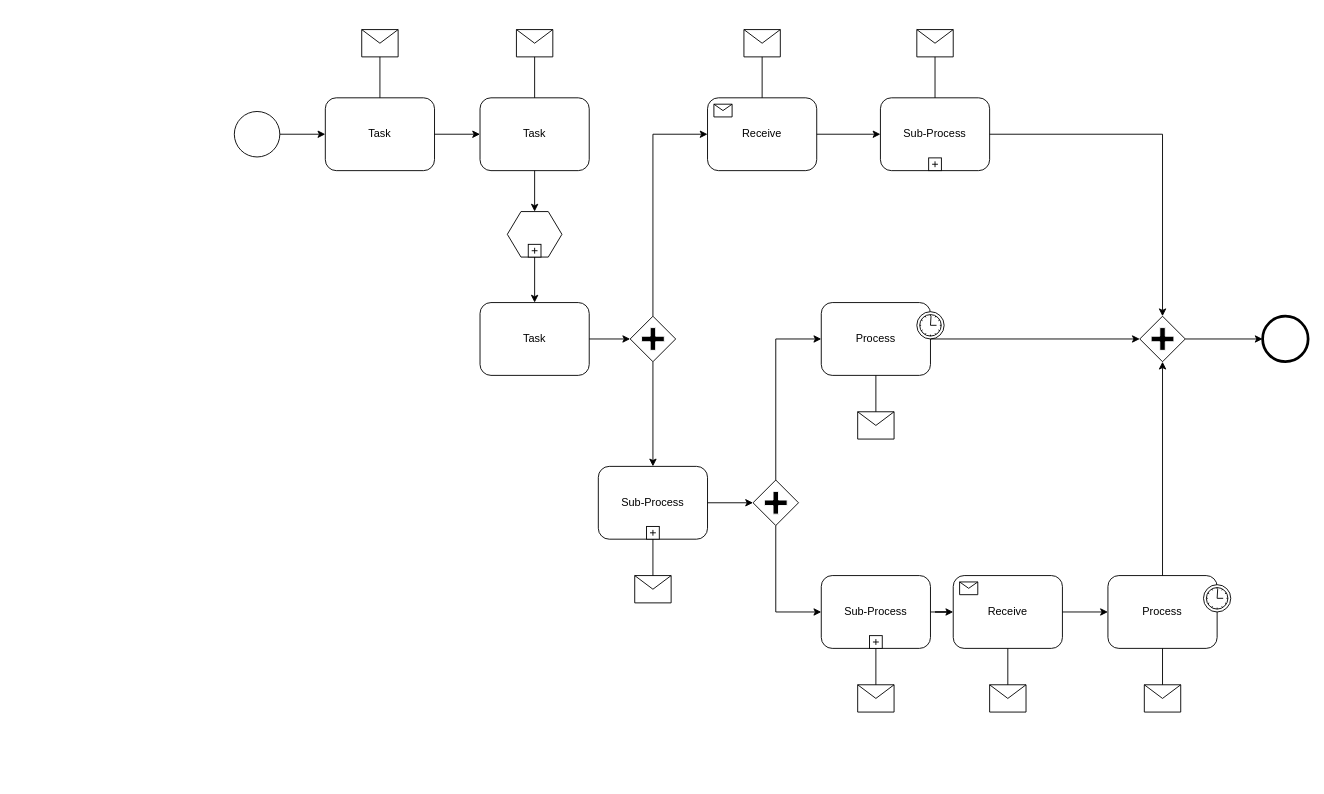
Ravil888/for-images keeps this draw.io diagram as Задание_2_4.drawio. Above is the earlier version. Source tidied: cells renumbered, new cells numbered last; positions are measured from the earlier drawing's top-left corner, leaving out a move shared by most shapes. Both pictures are drawn from the tidied source at 91%, with x=0, y=0 at pixel (234, 29).
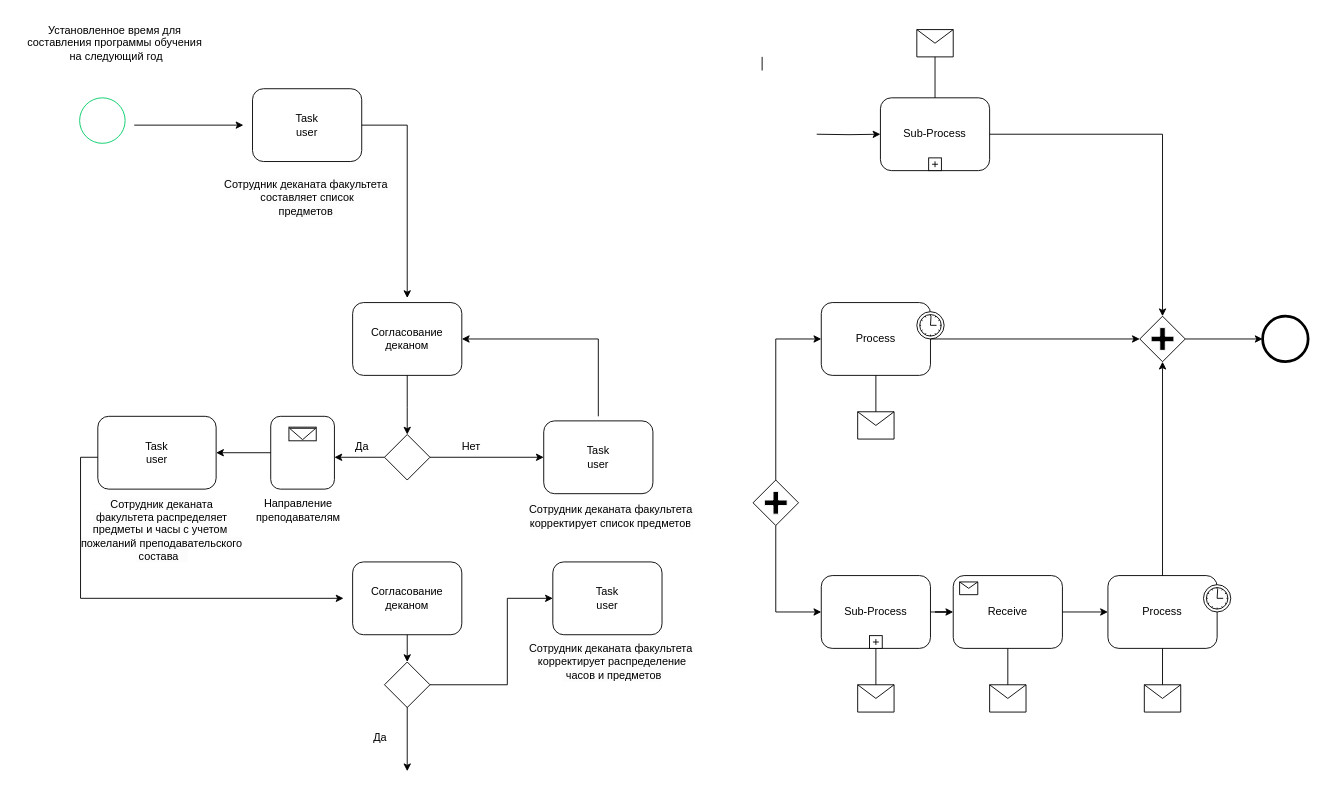
After the change.

Unchanged cells that the change refers to:
```xml
<mxCell id="11" value="Sub-Process" style="html=1;whiteSpace=wrap;rounded=1;" parent="1" vertex="1">
  <mxGeometry x="710" y="75" width="120" height="80" as="geometry" />
</mxCell>
<mxCell id="51" style="shape=mxgraph.bpmn.shape;html=1;verticalLabelPosition=bottom;labelBackgroundColor=#ffffff;verticalAlign=top;perimeter=rhombusPerimeter;background=gateway;outline=none;symbol=parallelGw;" parent="1" vertex="1">
  <mxGeometry x="570" y="495" width="50" height="50" as="geometry" />
</mxCell>
```

Diff of the diagram source:
```diff
@@
-    <mxCell id="2" style="shape=mxgraph.bpmn.shape;html=1;verticalLabelPosition=bottom;labelBackgroundColor=#ffffff;verticalAlign=top;perimeter=ellipsePerimeter;outline=standard;symbol=general;" parent="1" vertex="1">
-      <mxGeometry y="90" width="50" height="50" as="geometry" />
+    <mxCell id="2" style="shape=mxgraph.bpmn.shape;html=1;verticalLabelPosition=bottom;labelBackgroundColor=#ffffff;verticalAlign=top;perimeter=ellipsePerimeter;outline=standard;symbol=general;strokeColor=#00CC66;" parent="1" vertex="1">
+      <mxGeometry x="-170" y="75" width="50" height="50" as="geometry" />
     </mxCell>
-    <mxCell id="3" value="Task" style="shape=ext;rounded=1;html=1;whiteSpace=wrap;" parent="1" vertex="1">
-      <mxGeometry x="100" y="75" width="120" height="80" as="geometry" />
+    <mxCell id="3" value="&amp;nbsp;Task&amp;nbsp;&lt;div&gt;user&lt;/div&gt;" style="shape=ext;rounded=1;html=1;whiteSpace=wrap;" parent="1" vertex="1">
+      <mxGeometry x="20" y="65" width="120" height="80" as="geometry" />
     </mxCell>
-    <mxCell id="4" value="Task" style="shape=ext;rounded=1;html=1;whiteSpace=wrap;" parent="1" vertex="1">
-      <mxGeometry x="270" y="75" width="120" height="80" as="geometry" />
-    </mxCell>
-    <mxCell id="5" style="shape=message;whiteSpace=wrap;html=1;" parent="1" vertex="1">
-      <mxGeometry x="140" width="40" height="30" as="geometry" />
-    </mxCell>
-    <mxCell id="6" style="shape=message;whiteSpace=wrap;html=1;" parent="1" vertex="1">
-      <mxGeometry x="310" width="40" height="30" as="geometry" />
-    </mxCell>
-    <mxCell id="7" style="shape=hexagon;whiteSpace=wrap;html=1;perimeter=hexagonPerimeter;" parent="1" vertex="1">
-      <mxGeometry x="300" y="200" width="60" height="50" as="geometry" />
-    </mxCell>
-    <mxCell id="8" style="html=1;shape=plus;" parent="7" vertex="1">
-      <mxGeometry x="0.5" y="1" width="14" height="14" relative="1" as="geometry">
-        <mxPoint x="-7" y="-14" as="offset" />
-      </mxGeometry>
-    </mxCell>
-    <mxCell id="9" value="Task" style="shape=ext;rounded=1;html=1;whiteSpace=wrap;" parent="1" vertex="1">
-      <mxGeometry x="270" y="300" width="120" height="80" as="geometry" />
-    </mxCell>
-    <mxCell id="10" style="shape=mxgraph.bpmn.shape;html=1;verticalLabelPosition=bottom;labelBackgroundColor=#ffffff;verticalAlign=top;perimeter=rhombusPerimeter;background=gateway;outline=none;symbol=parallelGw;" parent="1" vertex="1">
-      <mxGeometry x="435" y="315" width="50" height="50" as="geometry" />
-    </mxCell>
@@
-    <mxCell id="13" value="Receive" style="html=1;whiteSpace=wrap;rounded=1;" parent="1" vertex="1">
-      <mxGeometry x="520" y="75" width="120" height="80" as="geometry" />
-    </mxCell>
-    <mxCell id="14" style="html=1;shape=message;" parent="13" vertex="1">
-      <mxGeometry width="20" height="14" relative="1" as="geometry">
-        <mxPoint x="7" y="7" as="offset" />
-      </mxGeometry>
-    </mxCell>
@@
-    <mxCell id="25" style="shape=message;whiteSpace=wrap;html=1;" parent="1" vertex="1">
-      <mxGeometry x="560" width="40" height="30" as="geometry" />
-    </mxCell>
@@
-    <mxCell id="27" value="Sub-Process" style="html=1;whiteSpace=wrap;rounded=1;" parent="1" vertex="1">
-      <mxGeometry x="400" y="480" width="120" height="80" as="geometry" />
-    </mxCell>
-    <mxCell id="28" style="html=1;shape=plus;" parent="27" vertex="1">
-      <mxGeometry x="0.5" y="1" width="14" height="14" relative="1" as="geometry">
-        <mxPoint x="-7" y="-14" as="offset" />
-      </mxGeometry>
-    </mxCell>
-    <mxCell id="29" style="shape=message;whiteSpace=wrap;html=1;" parent="1" vertex="1">
-      <mxGeometry x="440" y="600" width="40" height="30" as="geometry" />
-    </mxCell>
@@
-    <mxCell id="34" style="edgeStyle=orthogonalEdgeStyle;rounded=0;html=1;jettySize=auto;" parent="1" edge="1" source="2" target="3">
-      <mxGeometry relative="1" as="geometry" />
+    <mxCell id="34" style="edgeStyle=orthogonalEdgeStyle;rounded=0;html=1;jettySize=auto;orthogonalLoop=1;" parent="1" edge="1">
+      <mxGeometry relative="1" as="geometry">
+        <mxPoint x="-110" y="105" as="sourcePoint" />
+        <mxPoint x="10" y="105" as="targetPoint" />
+      </mxGeometry>
     </mxCell>
-    <mxCell id="35" style="edgeStyle=orthogonalEdgeStyle;rounded=0;html=1;jettySize=auto;endArrow=none;endFill=0;" parent="1" edge="1" source="5" target="3">
-      <mxGeometry relative="1" as="geometry" />
-    </mxCell>
-    <mxCell id="36" style="edgeStyle=orthogonalEdgeStyle;rounded=0;html=1;jettySize=auto;endArrow=none;endFill=0;" parent="1" edge="1" source="6" target="4">
-      <mxGeometry relative="1" as="geometry" />
-    </mxCell>
-    <mxCell id="37" style="edgeStyle=orthogonalEdgeStyle;rounded=0;html=1;jettySize=auto;" parent="1" edge="1" source="3" target="4">
-      <mxGeometry relative="1" as="geometry" />
-    </mxCell>
-    <mxCell id="38" style="edgeStyle=orthogonalEdgeStyle;rounded=0;html=1;jettySize=auto;" parent="1" edge="1" source="13" target="11">
-      <mxGeometry relative="1" as="geometry" />
+    <mxCell id="38" style="edgeStyle=orthogonalEdgeStyle;rounded=0;html=1;jettySize=auto;" parent="1" edge="1" target="11">
+      <mxGeometry relative="1" as="geometry">
+        <mxPoint x="640" y="115" as="sourcePoint" />
+      </mxGeometry>
     </mxCell>
-    <mxCell id="39" style="edgeStyle=orthogonalEdgeStyle;rounded=0;html=1;jettySize=auto;endArrow=none;endFill=0;" parent="1" edge="1" source="25" target="13">
-      <mxGeometry relative="1" as="geometry" />
+    <mxCell id="39" style="edgeStyle=orthogonalEdgeStyle;rounded=0;html=1;jettySize=auto;orthogonalLoop=1;endArrow=none;endFill=0;" parent="1" edge="1">
+      <mxGeometry relative="1" as="geometry">
+        <mxPoint x="580" y="30" as="sourcePoint" />
+        <mxPoint x="580" y="45" as="targetPoint" />
+      </mxGeometry>
     </mxCell>
@@
-    <mxCell id="45" style="edgeStyle=orthogonalEdgeStyle;rounded=0;html=1;jettySize=auto;" parent="1" edge="1" source="4" target="7">
-      <mxGeometry relative="1" as="geometry" />
-    </mxCell>
-    <mxCell id="46" style="edgeStyle=orthogonalEdgeStyle;rounded=0;html=1;jettySize=auto;" parent="1" edge="1" source="7" target="9">
-      <mxGeometry relative="1" as="geometry" />
-    </mxCell>
-    <mxCell id="47" style="edgeStyle=orthogonalEdgeStyle;rounded=0;html=1;jettySize=auto;" parent="1" edge="1" source="9" target="10">
-      <mxGeometry relative="1" as="geometry" />
-    </mxCell>
-    <mxCell id="48" style="edgeStyle=orthogonalEdgeStyle;rounded=0;html=1;jettySize=auto;" parent="1" edge="1" source="10" target="13">
-      <mxGeometry relative="1" as="geometry">
-        <Array as="points">
-          <mxPoint x="460" y="115" />
-        </Array>
-      </mxGeometry>
-    </mxCell>
-    <mxCell id="49" style="edgeStyle=orthogonalEdgeStyle;rounded=0;html=1;jettySize=auto;" parent="1" edge="1" source="10" target="27">
-      <mxGeometry relative="1" as="geometry" />
-    </mxCell>
-    <mxCell id="50" style="edgeStyle=orthogonalEdgeStyle;rounded=0;html=1;jettySize=auto;endArrow=none;endFill=0;" parent="1" edge="1" source="29" target="27">
-      <mxGeometry relative="1" as="geometry" />
-    </mxCell>
@@
-    <mxCell id="55" style="edgeStyle=orthogonalEdgeStyle;rounded=0;html=1;jettySize=auto;" parent="1" edge="1" source="27" target="51">
-      <mxGeometry relative="1" as="geometry" />
-    </mxCell>
@@
+    <mxCell id="61" value="Установленное время для&amp;nbsp;&lt;div&gt;составления программы обучения&amp;nbsp;&lt;/div&gt;&lt;div&gt;на следующий год&lt;/div&gt;" style="text;html=1;align=center;verticalAlign=middle;strokeColor=none;fillColor=none;" parent="1" vertex="1">
+      <mxGeometry x="-240" y="-15" width="220" height="60" as="geometry" />
+    </mxCell>
+    <mxCell id="62" value="&lt;span style=&quot;line-height: 107%; background: rgb(252, 252, 252);&quot;&gt;&lt;font face=&quot;Helvetica&quot; style=&quot;font-size: 12px;&quot;&gt;Сотрудник деканата факультета&lt;/font&gt;&lt;font face=&quot;Times New Roman&quot; style=&quot;font-size: 12px;&quot;&gt;&amp;nbsp;&lt;/font&gt;&lt;/span&gt;&lt;div&gt;&lt;span style=&quot;line-height: 107%; background: rgb(252, 252, 252);&quot;&gt;&lt;font style=&quot;&quot;&gt;&lt;font face=&quot;Helvetica&quot; style=&quot;font-size: 12px;&quot;&gt;составляет список&lt;/font&gt;&lt;br&gt;&lt;font style=&quot;font-size: 12px;&quot; face=&quot;Helvetica&quot;&gt;предметов&amp;nbsp;&lt;/font&gt;&lt;/font&gt;&lt;/span&gt;&lt;/div&gt;" style="text;html=1;align=center;verticalAlign=middle;strokeColor=none;fillColor=none;" parent="1" vertex="1">
+      <mxGeometry x="-25" y="155" width="210" height="60" as="geometry" />
+    </mxCell>
+    <mxCell id="63" style="edgeStyle=orthogonalEdgeStyle;rounded=0;html=1;jettySize=auto;exitX=1;exitY=0.5;exitDx=0;exitDy=0;" parent="1" edge="1" source="3">
+      <mxGeometry relative="1" as="geometry">
+        <mxPoint x="190" y="295" as="targetPoint" />
+        <Array as="points">
+          <mxPoint x="190" y="105" />
+        </Array>
+      </mxGeometry>
+    </mxCell>
+    <mxCell id="64" value="Согласование деканом" style="shape=ext;rounded=1;html=1;whiteSpace=wrap;" parent="1" vertex="1">
+      <mxGeometry x="130" y="300" width="120" height="80" as="geometry" />
+    </mxCell>
+    <mxCell id="65" style="edgeStyle=orthogonalEdgeStyle;rounded=0;html=1;jettySize=auto;exitX=0.5;exitY=1;exitDx=0;exitDy=0;" parent="1" edge="1" source="64" target="66">
+      <mxGeometry relative="1" as="geometry">
+        <Array as="points">
+          <mxPoint x="190" y="415" />
+          <mxPoint x="190" y="415" />
+        </Array>
+      </mxGeometry>
+    </mxCell>
+    <mxCell id="66" style="rhombus;whiteSpace=wrap;html=1;" parent="1" vertex="1">
+      <mxGeometry x="165" y="445" width="50" height="50" as="geometry" />
+    </mxCell>
+    <mxCell id="67" value="Да" style="text;html=1;align=center;verticalAlign=middle;strokeColor=none;fillColor=none;" parent="1" vertex="1">
+      <mxGeometry x="120" y="443" width="40" height="30" as="geometry" />
+    </mxCell>
+    <mxCell id="68" style="edgeStyle=orthogonalEdgeStyle;rounded=0;html=1;jettySize=auto;exitX=1;exitY=0.5;exitDx=0;exitDy=0;entryX=0;entryY=0.5;entryDx=0;entryDy=0;" parent="1" edge="1" source="66" target="69">
+      <mxGeometry relative="1" as="geometry" />
+    </mxCell>
+    <mxCell id="69" value="&amp;nbsp;Task&amp;nbsp;&lt;div&gt;user&lt;/div&gt;" style="shape=ext;rounded=1;html=1;whiteSpace=wrap;" parent="1" vertex="1">
+      <mxGeometry x="340" y="430" width="120" height="80" as="geometry" />
+    </mxCell>
+    <mxCell id="70" value="&lt;span style=&quot;line-height: 107%; background: rgb(252, 252, 252);&quot;&gt;&lt;font face=&quot;Helvetica&quot; style=&quot;font-size: 12px;&quot;&gt;Сотрудник деканата факультета&lt;/font&gt;&lt;font face=&quot;Times New Roman&quot; style=&quot;font-size: 12px;&quot;&gt;&amp;nbsp;&lt;/font&gt;&lt;/span&gt;&lt;div&gt;&lt;span style=&quot;background-color: rgb(252, 252, 252);&quot;&gt;корректирует список предметов&lt;/span&gt;&lt;span style=&quot;font-family: Arial, sans-serif; background-color: rgb(252, 252, 252);&quot;&gt;&amp;nbsp;&lt;/span&gt;&lt;br&gt;&lt;/div&gt;" style="text;html=1;align=center;verticalAlign=middle;strokeColor=none;fillColor=none;" parent="1" vertex="1">
+      <mxGeometry x="310" y="515" width="210" height="40" as="geometry" />
+    </mxCell>
+    <mxCell id="71" style="edgeStyle=orthogonalEdgeStyle;rounded=0;html=1;jettySize=auto;entryX=1;entryY=0.5;entryDx=0;entryDy=0;" parent="1" edge="1" target="64">
+      <mxGeometry relative="1" as="geometry">
+        <mxPoint x="400" y="425" as="sourcePoint" />
+        <Array as="points">
+          <mxPoint x="400" y="340" />
+        </Array>
+      </mxGeometry>
+    </mxCell>
+    <mxCell id="72" style="edgeStyle=orthogonalEdgeStyle;rounded=0;html=1;jettySize=auto;exitX=0;exitY=0.5;exitDx=0;exitDy=0;" parent="1" edge="1" source="66">
+      <mxGeometry relative="1" as="geometry">
+        <mxPoint x="110" y="470" as="targetPoint" />
+      </mxGeometry>
+    </mxCell>
+    <mxCell id="73" value="&amp;nbsp;Task&amp;nbsp;&lt;div&gt;user&lt;/div&gt;" style="shape=ext;rounded=1;html=1;whiteSpace=wrap;" parent="1" vertex="1">
+      <mxGeometry x="-150" y="425" width="130" height="80" as="geometry" />
+    </mxCell>
+    <mxCell id="74" value="&lt;span style=&quot;line-height: 107%; background: rgb(252, 252, 252);&quot;&gt;&lt;font face=&quot;Helvetica&quot; style=&quot;font-size: 12px;&quot;&gt;Сотрудник деканата&lt;/font&gt;&lt;/span&gt;&lt;div&gt;&lt;span style=&quot;line-height: 107%; background: rgb(252, 252, 252);&quot;&gt;&lt;font face=&quot;Helvetica&quot; style=&quot;font-size: 12px;&quot;&gt;&amp;nbsp;факультета&lt;/font&gt;&lt;font face=&quot;Times New Roman&quot; style=&quot;font-size: 12px;&quot;&gt;&amp;nbsp;&lt;/font&gt;&lt;/span&gt;&lt;span style=&quot;background-color: rgb(252, 252, 252);&quot;&gt;распределяет&amp;nbsp;&lt;/span&gt;&lt;/div&gt;&lt;div&gt;&lt;span style=&quot;background-color: rgb(252, 252, 252);&quot;&gt;предметы и часы с учетом&amp;nbsp;&lt;/span&gt;&lt;div&gt;&lt;span style=&quot;background-color: rgb(252, 252, 252);&quot;&gt;пожеланий&amp;nbsp;&lt;/span&gt;&lt;span style=&quot;background-color: rgb(252, 252, 252); font-family: Arial, sans-serif;&quot;&gt;преподавательского&lt;/span&gt;&lt;/div&gt;&lt;div&gt;&lt;span style=&quot;background-color: rgb(252, 252, 252); font-family: Arial, sans-serif;&quot;&gt;&amp;nbsp;состава&amp;nbsp; &amp;nbsp;&lt;/span&gt;&lt;/div&gt;&lt;/div&gt;" style="text;html=1;align=center;verticalAlign=middle;strokeColor=none;fillColor=none;" parent="1" vertex="1">
+      <mxGeometry x="-180" y="505" width="200" height="90" as="geometry" />
+    </mxCell>
+    <mxCell id="75" value="Нет" style="text;html=1;align=center;verticalAlign=middle;strokeColor=none;fillColor=none;" parent="1" vertex="1">
+      <mxGeometry x="240" y="443" width="40" height="30" as="geometry" />
+    </mxCell>
+    <mxCell id="76" style="edgeStyle=orthogonalEdgeStyle;rounded=0;html=1;jettySize=auto;orthogonalLoop=1;" parent="1" edge="1">
+      <mxGeometry relative="1" as="geometry">
+        <mxPoint x="-150" y="470" as="sourcePoint" />
+        <mxPoint x="120" y="625" as="targetPoint" />
+        <Array as="points">
+          <mxPoint x="-169" y="470" />
+        </Array>
+      </mxGeometry>
+    </mxCell>
+    <mxCell id="77" value="Согласование деканом" style="shape=ext;rounded=1;html=1;whiteSpace=wrap;" parent="1" vertex="1">
+      <mxGeometry x="130" y="585" width="120" height="80" as="geometry" />
+    </mxCell>
+    <mxCell id="78" style="endArrow=classic;html=1;rounded=0;exitX=0.5;exitY=1;exitDx=0;exitDy=0;" parent="1" edge="1" source="80">
+      <mxGeometry relative="1" as="geometry">
+        <mxPoint x="190" y="705" as="targetPoint" />
+      </mxGeometry>
+    </mxCell>
+    <mxCell id="79" style="endArrow=classic;html=1;rounded=0;exitX=0.5;exitY=1;exitDx=0;exitDy=0;" parent="1" edge="1" source="77" target="80">
+      <mxGeometry relative="1" as="geometry" />
+    </mxCell>
+    <mxCell id="80" style="rhombus;whiteSpace=wrap;html=1;" parent="1" vertex="1">
+      <mxGeometry x="165" y="695" width="50" height="50" as="geometry" />
+    </mxCell>
+    <mxCell id="81" style="endArrow=classic;html=1;rounded=0;exitX=0.5;exitY=1;exitDx=0;exitDy=0;" parent="1" edge="1" source="80">
+      <mxGeometry relative="1" as="geometry">
+        <mxPoint x="190" y="815" as="targetPoint" />
+      </mxGeometry>
+    </mxCell>
+    <mxCell id="82" value="Да" style="text;html=1;align=center;verticalAlign=middle;strokeColor=none;fillColor=none;" parent="1" vertex="1">
+      <mxGeometry x="140" y="763" width="40" height="30" as="geometry" />
+    </mxCell>
+    <mxCell id="83" value="&amp;nbsp;Task&amp;nbsp;&lt;div&gt;user&lt;/div&gt;" style="shape=ext;rounded=1;html=1;whiteSpace=wrap;" parent="1" vertex="1">
+      <mxGeometry x="350" y="585" width="120" height="80" as="geometry" />
+    </mxCell>
+    <mxCell id="84" style="shape=ext;rounded=1;html=1;whiteSpace=wrap;" parent="1" vertex="1">
+      <mxGeometry x="40" y="425" width="70" height="80" as="geometry" />
+    </mxCell>
+    <mxCell id="85" style="edgeStyle=orthogonalEdgeStyle;rounded=0;html=1;jettySize=auto;exitX=0;exitY=0.5;exitDx=0;exitDy=0;entryX=1;entryY=0.5;entryDx=0;entryDy=0;" parent="1" edge="1" source="84" target="73">
+      <mxGeometry relative="1" as="geometry" />
+    </mxCell>
+    <mxCell id="86" style="rounded=0;whiteSpace=wrap;html=1;" parent="1" vertex="1">
+      <mxGeometry x="60" y="436.9" width="30" height="15" as="geometry" />
+    </mxCell>
+    <mxCell id="87" style="triangle;whiteSpace=wrap;html=1;rotation=90;direction=east;" parent="1" vertex="1">
+      <mxGeometry x="68.8" y="430" width="12.5" height="28.8" as="geometry" />
+    </mxCell>
+    <mxCell id="88" value="Направление&lt;div&gt;преподавателям&lt;/div&gt;" style="text;html=1;align=center;verticalAlign=middle;strokeColor=none;fillColor=none;" parent="1" vertex="1">
+      <mxGeometry x="10" y="508" width="120" height="40" as="geometry" />
+    </mxCell>
+    <mxCell id="89" style="endArrow=classic;html=1;rounded=0;exitX=1;exitY=0.5;exitDx=0;exitDy=0;entryX=0;entryY=0.5;entryDx=0;entryDy=0;" parent="1" edge="1" source="80" target="83">
+      <mxGeometry relative="1" as="geometry">
+        <Array as="points">
+          <mxPoint x="300" y="720" />
+          <mxPoint x="300" y="625" />
+        </Array>
+      </mxGeometry>
+    </mxCell>
+    <mxCell id="90" value="&lt;span style=&quot;line-height: 107%; background: rgb(252, 252, 252);&quot;&gt;&lt;font face=&quot;Helvetica&quot; style=&quot;font-size: 12px;&quot;&gt;Сотрудник деканата факультета&lt;/font&gt;&lt;font face=&quot;Times New Roman&quot; style=&quot;font-size: 12px;&quot;&gt;&amp;nbsp;&lt;/font&gt;&lt;/span&gt;&lt;div&gt;&lt;span style=&quot;background-color: rgb(252, 252, 252);&quot;&gt;корректирует распределение&lt;/span&gt;&lt;/div&gt;&lt;div&gt;&lt;span style=&quot;background-color: rgb(252, 252, 252);&quot;&gt;&amp;nbsp;часов и предметов&lt;/span&gt;&lt;br&gt;&lt;/div&gt;" style="text;html=1;align=center;verticalAlign=middle;strokeColor=none;fillColor=none;" parent="1" vertex="1">
+      <mxGeometry x="310" y="665" width="210" height="60" as="geometry" />
+    </mxCell>
```
